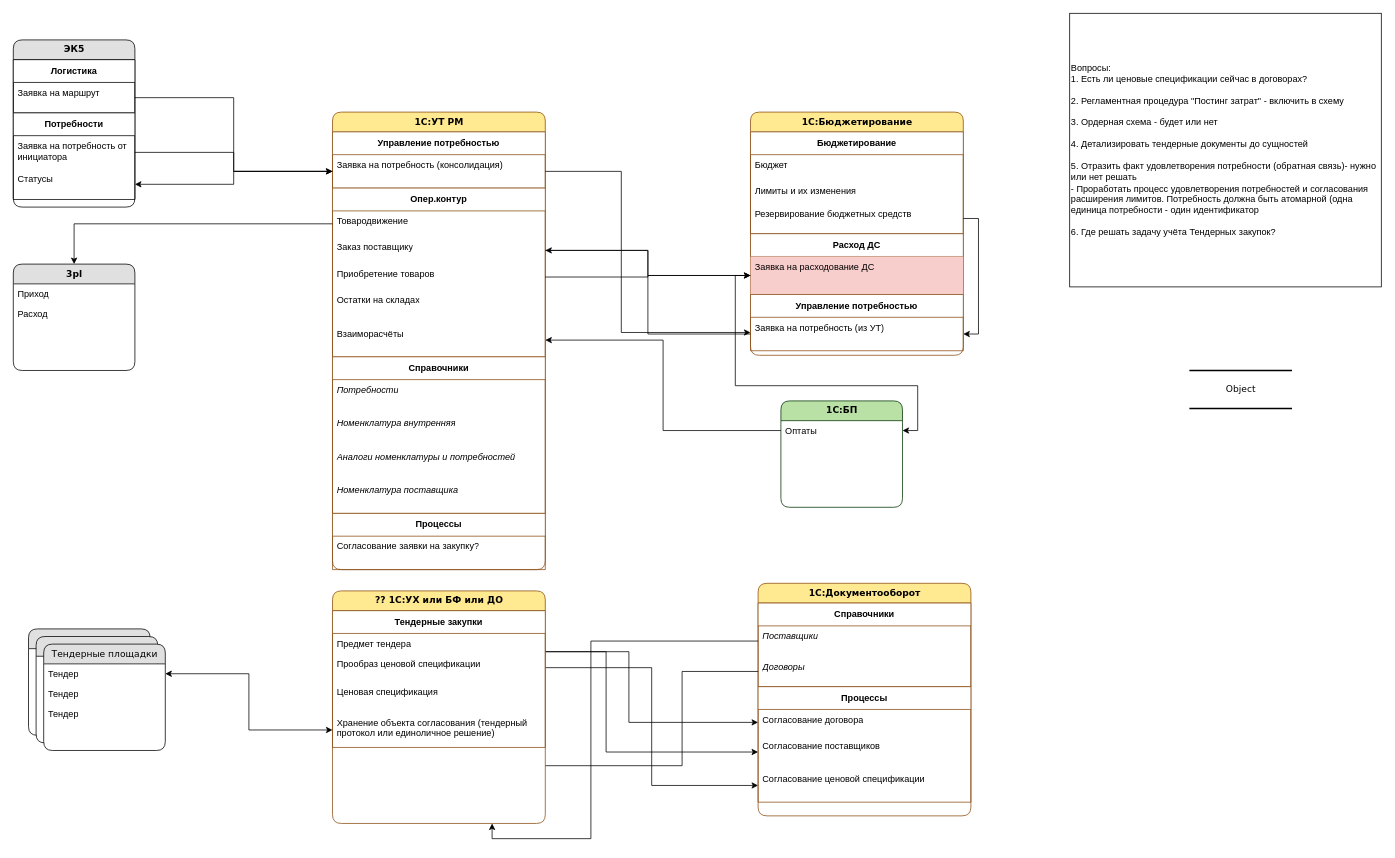
mih-ap/dwaw.io keeps this draw.io diagram as Диаграмма без названия.drawio. Above is the earlier version. Source tidied: cells renumbered, new cells numbered last; positions are measured from the earlier drawing's top-left corner, leaving out a move shared by most shapes. Both pictures are drawn from the tidied source at 76%, with x=0, y=0 at pixel (13, 13).
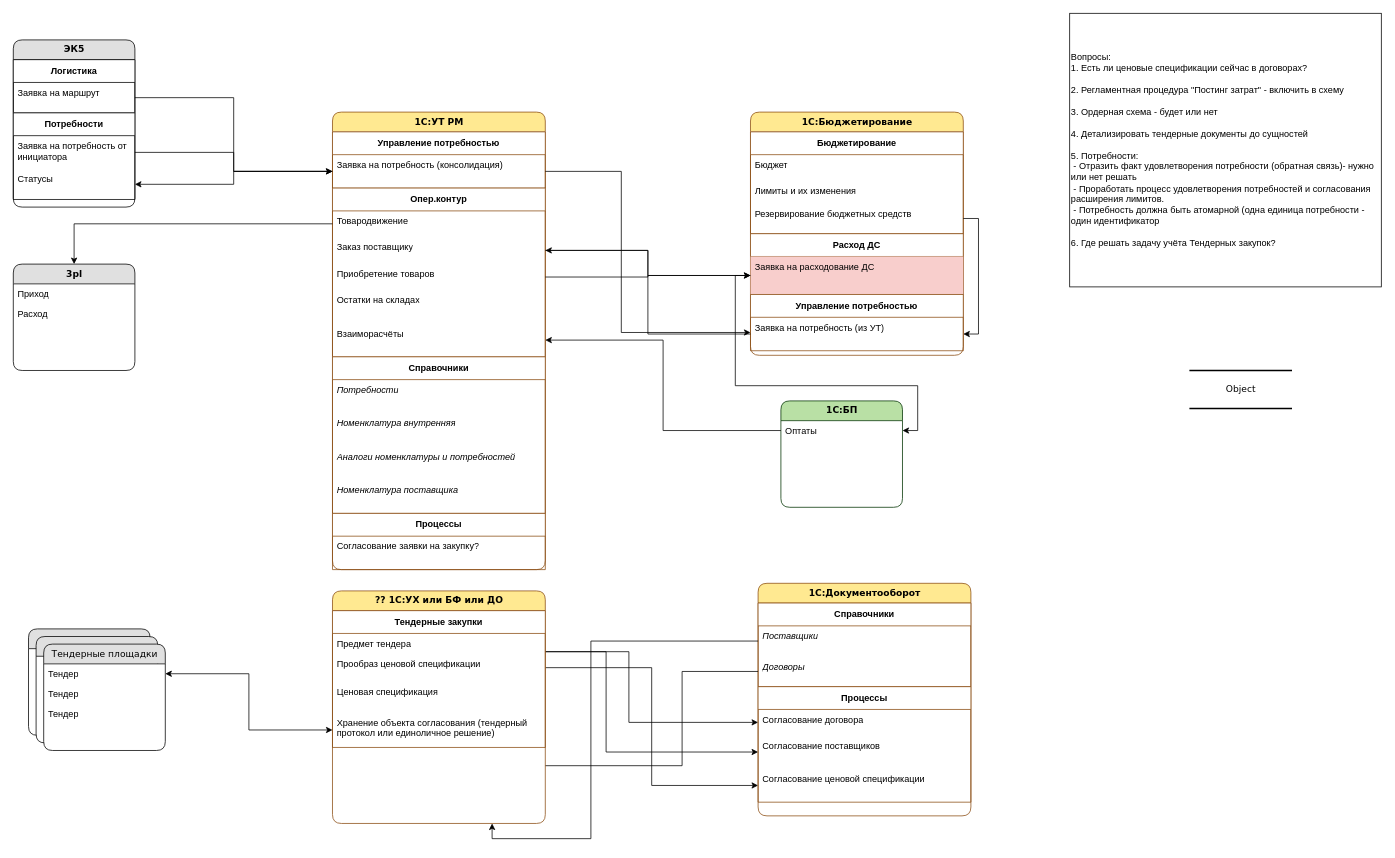
After the change.

Diff of the diagram source:
```diff
@@
-    <mxCell id="48" value="Вопросы:&lt;br&gt;1. Есть ли ценовые спецификации сейчас в договорах?&lt;br&gt;&lt;br&gt;2. Регламентная процедура &quot;Постинг затрат&quot; - включить в схему&lt;br&gt;&lt;br&gt;3. Ордерная схема - будет или нет&lt;br&gt;&lt;br&gt;4. Детализировать тендерные документы до сущностей&lt;br&gt;&lt;br&gt;5. Отразить факт удовлетворения потребности (обратная связь)- нужно или нет решать&lt;br&gt;- Проработать процесс удовлетворения потребностей и согласования расширения лимитов. Потребность должна быть атомарной (одна единица потребности - один идентификатор&lt;br&gt;&lt;br&gt;6. Где решать задачу учёта Тендерных закупок?&lt;br&gt;" style="rounded=0;whiteSpace=wrap;html=1;align=left;" parent="1" vertex="1">
+    <mxCell id="48" value="Вопросы:&lt;br&gt;1. Есть ли ценовые спецификации сейчас в договорах?&lt;br&gt;&lt;br&gt;2. Регламентная процедура &quot;Постинг затрат&quot; - включить в схему&lt;br&gt;&lt;br&gt;3. Ордерная схема - будет или нет&lt;br&gt;&lt;br&gt;4. Детализировать тендерные документы до сущностей&lt;br&gt;&lt;br&gt;5. Потребности:&lt;br&gt;&amp;nbsp;- Отразить факт удовлетворения потребности (обратная связь)- нужно или нет решать&lt;br&gt;&amp;nbsp;- Проработать процесс удовлетворения потребностей и согласования расширения лимитов. &lt;br&gt;&amp;nbsp;- Потребность должна быть атомарной (одна единица потребности - один идентификатор&lt;br&gt;&lt;br&gt;6. Где решать задачу учёта Тендерных закупок?" style="rounded=0;whiteSpace=wrap;html=1;align=left;" parent="1" vertex="1">
       <mxGeometry x="1390" width="410" height="360" as="geometry" />
     </mxCell>
```
